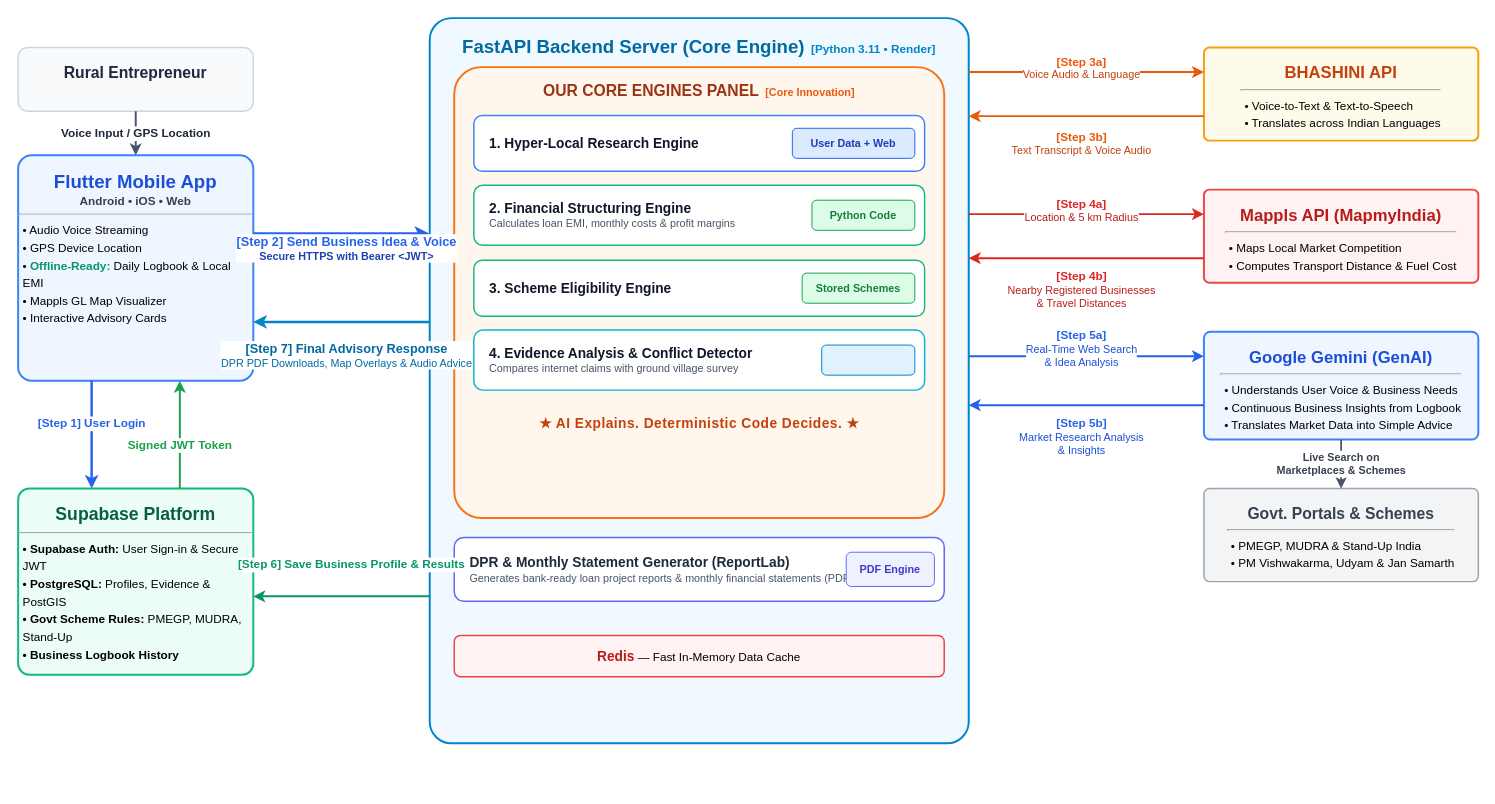
S-H-R-I-A-N-S-H/VYAPAR-MITRA keeps this draw.io diagram as docs/vyapar_mitra_flow.drawio.xml. Above is the earlier version. Source tidied: cells renumbered, new cells numbered last; positions are measured from the earlier drawing's top-left corner, leaving out a move shared by most shapes. Both pictures are drawn from the tidied source at 98%, with x=0, y=0 at pixel (18, 18).
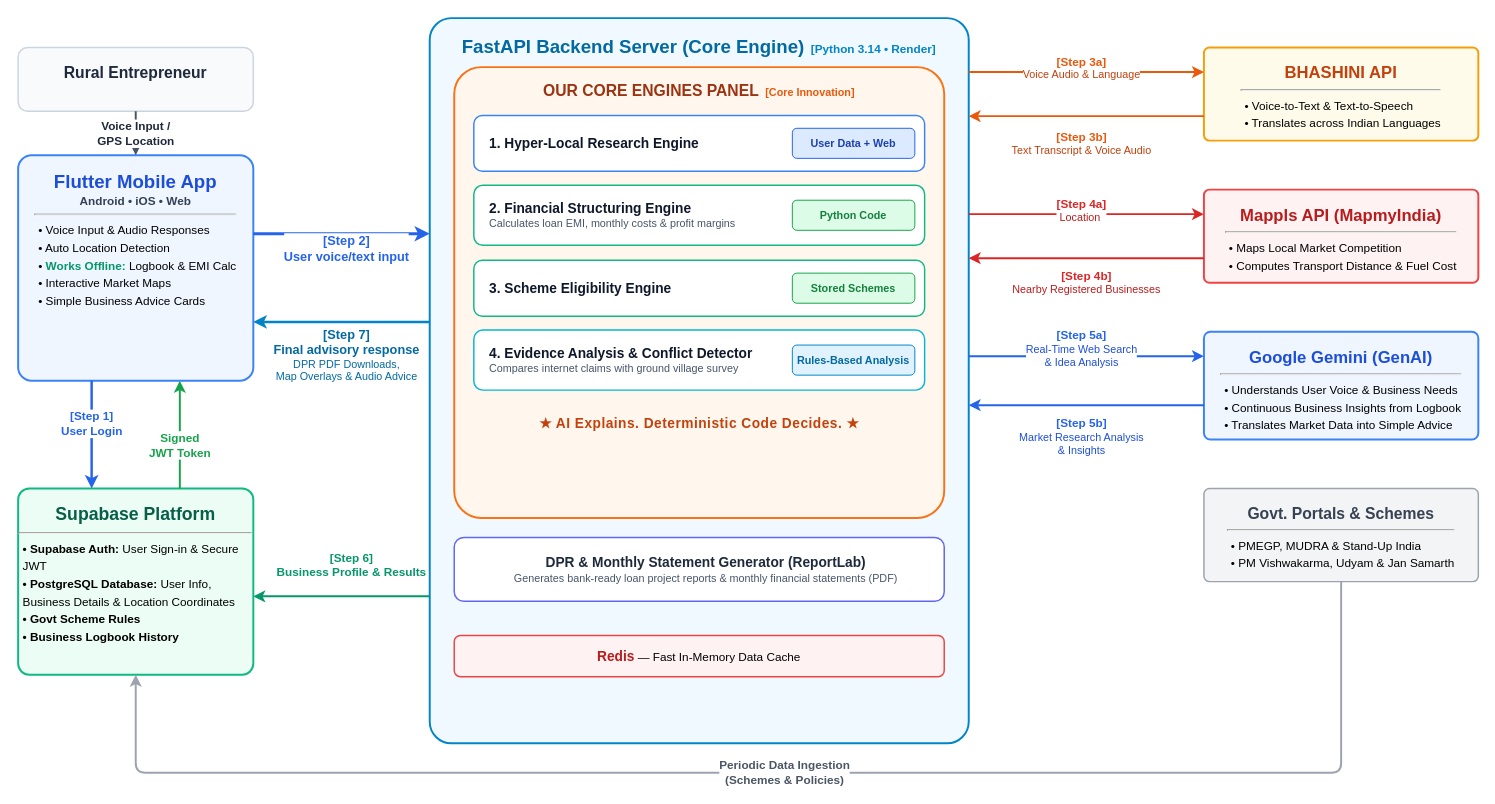
The same page after the edit.

Commit message:
1st complete draft

The change refers to these unchanged cells:
```xml
<mxCell id="2" value="&lt;b style=&quot;font-size: 16px; color: rgb(30, 41, 59);&quot;&gt;Rural Entrepreneur&lt;/b&gt;&lt;div&gt;&lt;br/&gt;&lt;/div&gt;" style="rounded=1;whiteSpace=wrap;html=1;fillColor=#F8FAFC;strokeColor=#CBD5E1;strokeWidth=1.5;align=center;" parent="1" vertex="1">
  <mxGeometry y="30" width="240" height="65" as="geometry" />
</mxCell>
<mxCell id="9" value="&lt;b style=&quot;font-size: 14px; color: rgb(15, 23, 42);&quot;&gt;2. Financial Structuring Engine&lt;/b&gt;&lt;br&gt;&lt;span style=&quot;font-size: 11px; color: rgb(71, 85, 105);&quot;&gt;Calculates loan EMI, monthly costs &amp;amp; profit margins&lt;/span&gt;" style="rounded=1;whiteSpace=wrap;html=1;fillColor=#FFFFFF;strokeColor=#10B981;strokeWidth=1.5;align=left;spacingLeft=14;" parent="6" vertex="1">
  <mxGeometry x="20" y="120.5" width="460" height="61.3" as="geometry" />
</mxCell>
<mxCell id="11" value="&lt;b style=&quot;font-size: 14px; color: rgb(15, 23, 42);&quot;&gt;3. Scheme Eligibility Engine&lt;/b&gt;" style="rounded=1;whiteSpace=wrap;html=1;fillColor=#FFFFFF;strokeColor=#10B981;strokeWidth=1.5;align=left;spacingLeft=14;" parent="6" vertex="1">
  <mxGeometry x="20" y="197.1" width="460" height="57" as="geometry" />
</mxCell>
<mxCell id="13" value="&lt;b style=&quot;font-size: 14px; color: rgb(15, 23, 42);&quot;&gt;4. Evidence Analysis &amp;amp; Conflict Detector&lt;/b&gt;&lt;br&gt;&lt;span style=&quot;font-size: 11px; color: rgb(71, 85, 105);&quot;&gt;Compares internet claims with ground village survey&lt;/span&gt;" style="rounded=1;whiteSpace=wrap;html=1;fillColor=#FFFFFF;strokeColor=#06B6D4;strokeWidth=1.5;align=left;spacingLeft=14;" parent="6" vertex="1">
  <mxGeometry x="20" y="268.3" width="460" height="61.3" as="geometry" />
</mxCell>
<mxCell id="20" value="&lt;b style=&quot;font-size: 17px; color: rgb(185, 28, 28);&quot;&gt;Mappls API (MapmyIndia)&lt;/b&gt;&lt;hr&gt;&lt;div style=&quot;text-align: left; font-size: 12px; line-height: 1.5; padding-left: 4px;&quot;&gt;• Maps Local Market Competition&lt;br&gt;• Computes Transport Distance &amp;amp; Fuel Cost&lt;/div&gt;" style="rounded=1;whiteSpace=wrap;html=1;fillColor=#FEF2F2;strokeColor=#EF4444;strokeWidth=2;verticalAlign=top;spacingTop=10;arcSize=6;" parent="1" vertex="1">
  <mxGeometry x="1210" y="175" width="280" height="95" as="geometry" />
</mxCell>
<mxCell id="21" value="&lt;b style=&quot;font-size: 17px; color: #1D4ED8;&quot;&gt;Google Gemini (GenAI)&lt;/b&gt;&lt;hr&gt;&lt;div style=&quot;text-align: left; font-size: 12px; line-height: 1.5; padding-left: 4px;&quot;&gt;• Understands User Voice &amp;amp; Business Needs&lt;br&gt;• Continuous Business Insights from Logbook&lt;br&gt;• Translates Market Data into Simple Advice&lt;/div&gt;" style="rounded=1;whiteSpace=wrap;html=1;fillColor=#EFF6FF;strokeColor=#3B82F6;strokeWidth=2;verticalAlign=top;spacingTop=10;arcSize=6;" parent="1" vertex="1">
  <mxGeometry x="1210" y="320" width="280" height="110" as="geometry" />
</mxCell>
<mxCell id="22" value="&lt;b style=&quot;font-size: 16px; color: rgb(55, 65, 81);&quot;&gt;Govt. Portals &amp;amp; Schemes&lt;/b&gt;&lt;hr&gt;&lt;div style=&quot;text-align: left; font-size: 12px; line-height: 1.5; padding-left: 4px;&quot;&gt;• PMEGP, MUDRA &amp;amp; Stand-Up India&lt;br&gt;• PM Vishwakarma, Udyam &amp;amp; Jan Samarth&lt;/div&gt;" style="rounded=1;whiteSpace=wrap;html=1;fillColor=#F3F4F6;strokeColor=#9CA3AF;strokeWidth=1.5;verticalAlign=top;spacingTop=10;arcSize=6;" parent="1" vertex="1">
  <mxGeometry x="1210" y="480" width="280" height="95" as="geometry" />
</mxCell>
```

The edit, as a diff of the source:
```diff
@@
-    <mxCell id="3" value="&lt;b style=&quot;font-size: 19px; color: rgb(29, 78, 216);&quot;&gt;Flutter Mobile App&lt;/b&gt;&lt;br&gt;&lt;span style=&quot;font-size: 12px; color: rgb(51, 65, 85); font-weight: 600;&quot;&gt;Android • iOS • Web&lt;/span&gt;&lt;hr&gt;&lt;div style=&quot;text-align: left; font-size: 12px; line-height: 1.5; padding-left: 4px;&quot;&gt;• Audio Voice Streaming&lt;br&gt;• GPS Device Location&lt;br&gt;• &lt;b style=&quot;color: rgb(5, 150, 105);&quot;&gt;Offline-Ready:&lt;/b&gt; Daily Logbook &amp;amp; Local EMI&lt;br&gt;• Mappls GL Map Visualizer&lt;br&gt;• Interactive Advisory Cards&lt;/div&gt;" style="rounded=1;whiteSpace=wrap;html=1;fillColor=#EFF6FF;strokeColor=#3B82F6;strokeWidth=2;verticalAlign=top;spacingTop=10;arcSize=6;" parent="1" vertex="1">
+    <mxCell id="3" value="&lt;b style=&quot;font-size: 19px; color: rgb(29, 78, 216);&quot;&gt;Flutter Mobile App&lt;/b&gt;&lt;br&gt;&lt;span style=&quot;font-size: 12px; color: rgb(51, 65, 85); font-weight: 600;&quot;&gt;Android • iOS • Web&lt;/span&gt;&lt;hr&gt;&lt;div style=&quot;text-align: left; font-size: 12px; line-height: 1.5; padding-left: 4px;&quot;&gt;• Voice Input &amp;amp; Audio Responses&lt;br&gt;• Auto Location Detection&lt;br&gt;• &lt;b style=&quot;color: rgb(5, 150, 105);&quot;&gt;Works Offline:&lt;/b&gt; Logbook &amp;amp; EMI Calc&lt;br&gt;• Interactive Market Maps&lt;br&gt;• Simple Business Advice Cards&lt;/div&gt;" style="rounded=1;whiteSpace=wrap;html=1;fillColor=#EFF6FF;strokeColor=#3B82F6;strokeWidth=2;verticalAlign=top;spacingTop=10;arcSize=6;" parent="1" vertex="1">
       <mxGeometry y="140" width="240" height="230" as="geometry" />
     </mxCell>
-    <mxCell id="4" value="&lt;b style=&quot;font-size: 18px; color: rgb(6, 95, 70);&quot;&gt;Supabase Platform&lt;/b&gt;&lt;hr&gt;&lt;div style=&quot;text-align: left; font-size: 12px; line-height: 1.5; padding-left: 4px;&quot;&gt;&lt;b&gt;• Supabase Auth:&lt;/b&gt; User Sign-in &amp;amp; Secure JWT&lt;br&gt;&lt;b&gt;• PostgreSQL:&lt;/b&gt; Profiles, Evidence &amp;amp; PostGIS&lt;br&gt;&lt;b&gt;• Govt Scheme Rules:&lt;/b&gt; PMEGP, MUDRA, Stand-Up&lt;br&gt;&lt;b&gt;• Business Logbook History&lt;/b&gt;&lt;/div&gt;" style="rounded=1;whiteSpace=wrap;html=1;fillColor=#ECFDF5;strokeColor=#10B981;strokeWidth=2;verticalAlign=top;spacingTop=10;arcSize=6;" parent="1" vertex="1">
+    <mxCell id="4" value="&lt;b style=&quot;font-size: 18px; color: rgb(6, 95, 70);&quot;&gt;Supabase Platform&lt;/b&gt;&lt;hr&gt;&lt;div style=&quot;text-align: left; font-size: 12px; line-height: 1.5; padding-left: 4px;&quot;&gt;&lt;b&gt;• Supabase Auth:&lt;/b&gt; User Sign-in &amp;amp; Secure JWT&lt;br&gt;&lt;b&gt;• PostgreSQL Database:&lt;/b&gt; User Info, Business Details &amp;amp; Location Coordinates&lt;br&gt;&lt;b&gt;• Govt Scheme Rules&lt;/b&gt;&lt;br&gt;&lt;b&gt;• Business Logbook History&lt;/b&gt;&lt;/div&gt;" style="rounded=1;whiteSpace=wrap;html=1;fillColor=#ECFDF5;strokeColor=#10B981;strokeWidth=2;verticalAlign=top;spacingTop=10;arcSize=6;" parent="1" vertex="1">
       <mxGeometry y="480" width="240" height="190" as="geometry" />
     </mxCell>
-    <mxCell id="5" value="&lt;b style=&quot;font-size: 19px; color: rgb(3, 105, 161);&quot;&gt;FastAPI Backend Server (Core Engine)&lt;/b&gt;&amp;nbsp;&amp;nbsp;&lt;span style=&quot;font-size: 12px; color: #0284C7; font-weight: bold;&quot;&gt;[Python 3.11 • Render]&lt;/span&gt;" style="rounded=1;whiteSpace=wrap;html=1;fillColor=#F0F9FF;strokeColor=#0284C7;strokeWidth=2;verticalAlign=top;spacingTop=12;arcSize=4;" parent="1" vertex="1">
+    <mxCell id="5" value="&lt;b style=&quot;font-size: 19px; color: rgb(3, 105, 161);&quot;&gt;FastAPI Backend Server (Core Engine)&lt;/b&gt;&amp;nbsp;&amp;nbsp;&lt;span style=&quot;font-size: 12px; color: #0284C7; font-weight: bold;&quot;&gt;[Python 3.14 • Render]&lt;/span&gt;" style="rounded=1;whiteSpace=wrap;html=1;fillColor=#F0F9FF;strokeColor=#0284C7;strokeWidth=2;verticalAlign=top;spacingTop=12;arcSize=4;" parent="1" vertex="1">
       <mxGeometry x="420" width="550" height="740" as="geometry" />
     </mxCell>
@@
     <mxCell id="10" value="Python Code" style="rounded=1;whiteSpace=wrap;html=1;fillColor=#DCFCE7;strokeColor=#16A34A;fontSize=11;fontStyle=1;fontColor=#15803D;" parent="9" vertex="1">
-      <mxGeometry x="345" y="15.3" width="105" height="30.7" as="geometry" />
+      <mxGeometry x="325" y="15.3" width="125" height="30.7" as="geometry" />
     </mxCell>
@@
     <mxCell id="12" value="Stored Schemes" style="rounded=1;whiteSpace=wrap;html=1;fillColor=#DCFCE7;strokeColor=#16A34A;fontSize=11;fontStyle=1;fontColor=#15803D;" parent="11" vertex="1">
-      <mxGeometry x="335" y="13.1" width="115" height="30.7" as="geometry" />
+      <mxGeometry x="325" y="13.1" width="125" height="30.7" as="geometry" />
     </mxCell>
@@
-    <mxCell id="14" style="rounded=1;whiteSpace=wrap;html=1;fillColor=#E0F2FE;strokeColor=#0284C7;fontSize=11;fontStyle=1;fontColor=#0369A1;" parent="13" vertex="1">
-      <mxGeometry x="355" y="15.3" width="95" height="30.7" as="geometry" />
+    <mxCell id="14" value="Rules-Based Analysis" style="rounded=1;whiteSpace=wrap;html=1;fillColor=#E0F2FE;strokeColor=#0284C7;fontSize=11;fontStyle=1;fontColor=#0369A1;" parent="13" vertex="1">
+      <mxGeometry x="325" y="15.3" width="125" height="30.7" as="geometry" />
     </mxCell>
@@
-    <mxCell id="16" value="&lt;b style=&quot;font-size: 14px; color: #1E293B;&quot;&gt;DPR &amp;amp; Monthly Statement Generator (ReportLab)&lt;/b&gt;&lt;br&gt;&lt;span style=&quot;font-size: 11px; color: #475569;&quot;&gt;Generates bank-ready loan project reports &amp;amp; monthly financial statements (PDF)&lt;/span&gt;" style="rounded=1;whiteSpace=wrap;html=1;fillColor=#FFFFFF;strokeColor=#6366F1;strokeWidth=1.5;align=left;spacingLeft=14;" parent="5" vertex="1">
+    <mxCell id="16" value="&lt;b style=&quot;font-size: 14px; color: rgb(30, 41, 59);&quot;&gt;DPR &amp;amp; Monthly Statement Generator (ReportLab)&lt;/b&gt;&lt;br&gt;&lt;span style=&quot;font-size: 11px; color: rgb(71, 85, 105);&quot;&gt;Generates bank-ready loan project reports &amp;amp; monthly financial statements (PDF)&lt;/span&gt;" style="rounded=1;whiteSpace=wrap;html=1;fillColor=#FFFFFF;strokeColor=#6366F1;strokeWidth=1.5;align=center;spacingLeft=14;" parent="5" vertex="1">
       <mxGeometry x="25" y="530" width="500" height="65" as="geometry" />
     </mxCell>
-    <mxCell id="17" value="PDF Engine" style="rounded=1;whiteSpace=wrap;html=1;fillColor=#EEF2FF;strokeColor=#6366F1;fontSize=11;fontStyle=1;fontColor=#4338CA;" parent="16" vertex="1">
-      <mxGeometry x="400" y="15" width="90" height="35" as="geometry" />
-    </mxCell>
@@
-    <mxCell id="23" value="&lt;b style=&quot;font-size: 12px;&quot;&gt;Voice Input / GPS Location&lt;/b&gt;" style="edgeStyle=orthogonalEdgeStyle;rounded=0;jettySize=auto;html=1;strokeWidth=2;strokeColor=#475569;fontColor=#1E293B;" parent="1" edge="1" source="2" target="3">
+    <mxCell id="23" value="&lt;b style=&quot;font-size: 12px;&quot;&gt;Voice Input /&lt;br&gt;GPS Location&lt;/b&gt;" style="edgeStyle=orthogonalEdgeStyle;rounded=0;jettySize=auto;html=1;strokeWidth=2;strokeColor=#475569;fontColor=#1E293B;" parent="1" edge="1" source="2" target="3">
       <mxGeometry relative="1" as="geometry" />
     </mxCell>
-    <mxCell id="24" value="&lt;b style=&quot;color: rgb(37, 99, 235); font-size: 12px;&quot;&gt;[Step 1] User Login&lt;/b&gt;" style="edgeStyle=orthogonalEdgeStyle;rounded=1;jettySize=auto;html=1;strokeWidth=2.5;strokeColor=#2563EB;fontColor=#1E40AF;" parent="1" edge="1" source="3" target="4">
+    <mxCell id="24" value="&lt;b style=&quot;color: rgb(37, 99, 235); font-size: 12px;&quot;&gt;[Step 1]&lt;br&gt;User Login&lt;/b&gt;" style="edgeStyle=orthogonalEdgeStyle;rounded=1;jettySize=auto;html=1;strokeWidth=2.5;strokeColor=#2563EB;fontColor=#1E40AF;" parent="1" edge="1" source="3" target="4">
       <mxGeometry x="-0.2" relative="1" as="geometry">
         <Array as="points">
           <mxPoint x="75" y="420" />
           <mxPoint x="75" y="420" />
         </Array>
       </mxGeometry>
     </mxCell>
-    <mxCell id="25" value="&lt;b style=&quot;color: rgb(22, 163, 74); font-size: 12px;&quot;&gt;Signed JWT Token&lt;/b&gt;" style="edgeStyle=orthogonalEdgeStyle;rounded=1;jettySize=auto;html=1;strokeWidth=2;strokeColor=#16A34A;strokeDasharray=4 4;fontColor=#15803D;" parent="1" edge="1" source="4" target="3">
+    <mxCell id="25" value="&lt;b style=&quot;color: rgb(22, 163, 74); font-size: 12px;&quot;&gt;Signed&lt;br&gt;JWT Token&lt;/b&gt;" style="edgeStyle=orthogonalEdgeStyle;rounded=1;jettySize=auto;html=1;strokeWidth=2;strokeColor=#16A34A;strokeDasharray=4 4;fontColor=#15803D;" parent="1" edge="1" source="4" target="3">
       <mxGeometry x="-0.2" relative="1" as="geometry">
         <Array as="points">
           <mxPoint x="165" y="430" />
           <mxPoint x="165" y="430" />
         </Array>
       </mxGeometry>
     </mxCell>
-    <mxCell id="26" value="&lt;b style=&quot;color: rgb(37, 99, 235); font-size: 13px;&quot;&gt;[Step 2] Send Business Idea &amp;amp; Voice&lt;/b&gt;&lt;br&gt;&lt;b style=&quot;color: rgb(30, 64, 175); font-size: 11px;&quot;&gt;Secure HTTPS with Bearer &amp;lt;JWT&amp;gt;&lt;/b&gt;" style="edgeStyle=orthogonalEdgeStyle;rounded=1;jettySize=auto;html=1;strokeWidth=3;strokeColor=#2563EB;fontColor=#1E40AF;" parent="1" edge="1" source="3" target="5">
+    <mxCell id="26" value="&lt;b style=&quot;color: rgb(37, 99, 235); font-size: 13px;&quot;&gt;[Step 2]&lt;br&gt;User voice/text input&lt;/b&gt;" style="edgeStyle=orthogonalEdgeStyle;rounded=1;jettySize=auto;html=1;strokeWidth=3;strokeColor=#2563EB;fontColor=#1E40AF;" parent="1" edge="1" source="3" target="5">
       <mxGeometry y="-18" relative="1" as="geometry">
         <Array as="points">
           <mxPoint x="330" y="220" />
           <mxPoint x="330" y="220" />
         </Array>
         <mxPoint x="5" y="-3" as="offset" />
       </mxGeometry>
     </mxCell>
@@
-    <mxCell id="29" value="&lt;b style=&quot;color: rgb(220, 38, 38); font-size: 12px;&quot;&gt;[Step 4a]&lt;/b&gt;&lt;br&gt;Location &amp;amp; 5 km Radius" style="edgeStyle=orthogonalEdgeStyle;rounded=1;jettySize=auto;html=1;strokeWidth=2;strokeColor=#DC2626;fontColor=#B91C1C;" parent="1" edge="1" source="5" target="20">
+    <mxCell id="29" value="&lt;b style=&quot;color: rgb(220, 38, 38); font-size: 12px;&quot;&gt;[Step 4a]&lt;/b&gt;&lt;br&gt;Location&amp;nbsp;" style="edgeStyle=orthogonalEdgeStyle;rounded=1;jettySize=auto;html=1;strokeWidth=2;strokeColor=#DC2626;fontColor=#B91C1C;" parent="1" edge="1" source="5" target="20">
       <mxGeometry y="-12" relative="1" as="geometry">
         <Array as="points">
           <mxPoint x="1080" y="200" />
           <mxPoint x="1080" y="200" />
         </Array>
         <mxPoint x="-5" y="-16" as="offset" />
       </mxGeometry>
     </mxCell>
-    <mxCell id="30" value="&lt;b style=&quot;color: rgb(220, 38, 38); font-size: 12px;&quot;&gt;[Step 4b]&lt;/b&gt;&lt;br&gt;Nearby Registered Businesses&lt;br&gt;&amp;amp; Travel Distances" style="edgeStyle=orthogonalEdgeStyle;rounded=1;jettySize=auto;html=1;strokeWidth=2;strokeColor=#DC2626;strokeDasharray=5 3;fontColor=#B91C1C;" parent="1" edge="1" source="20" target="5">
-      <mxGeometry y="12" relative="1" as="geometry">
+    <mxCell id="30" value="&lt;b style=&quot;color: rgb(220, 38, 38); font-size: 12px;&quot;&gt;[Step 4b]&lt;/b&gt;&lt;br&gt;Nearby Registered Businesses" style="edgeStyle=orthogonalEdgeStyle;rounded=1;jettySize=auto;html=1;strokeWidth=2;strokeColor=#DC2626;strokeDasharray=5 3;fontColor=#B91C1C;" parent="1" edge="1" source="20" target="5">
+      <mxGeometry y="25" relative="1" as="geometry">
         <Array as="points">
           <mxPoint x="1080" y="245" />
           <mxPoint x="1080" y="245" />
         </Array>
-        <mxPoint x="-5" y="20" as="offset" />
       </mxGeometry>
     </mxCell>
@@
-    <mxCell id="32" value="&lt;b style=&quot;font-size: 11px;&quot;&gt;Live Search on&lt;br&gt;Marketplaces &amp;amp; Schemes&lt;/b&gt;" style="edgeStyle=orthogonalEdgeStyle;rounded=1;jettySize=auto;html=1;strokeWidth=1.8;strokeColor=#4B5563;fontColor=#374151;" parent="1" edge="1" source="21" target="22">
-      <mxGeometry relative="1" as="geometry" />
-    </mxCell>
+    <mxCell id="36" value="&lt;b style=&quot;color: rgb(75, 85, 99); font-size: 12px;&quot;&gt;Periodic Data Ingestion&lt;br&gt;(Schemes &amp;amp; Policies)&lt;/b&gt;" style="edgeStyle=orthogonalEdgeStyle;rounded=1;jettySize=auto;html=1;strokeWidth=2;strokeColor=#9CA3AF;strokeDasharray=5 3;fontColor=#4B5563;exitX=0.5;exitY=1;exitDx=0;exitDy=0;entryX=0.5;entryY=1;entryDx=0;entryDy=0;" parent="1" edge="1" source="22" target="4">
+      <mxGeometry relative="1" as="geometry">
+        <Array as="points">
+          <mxPoint x="1350" y="770" />
+          <mxPoint x="120" y="770" />
+        </Array>
+      </mxGeometry>
+    </mxCell>
@@
-    <mxCell id="34" value="&lt;b style=&quot;color: rgb(5, 150, 105); font-size: 12px;&quot;&gt;[Step 6] Save Business Profile &amp;amp; Results&lt;/b&gt;" style="edgeStyle=orthogonalEdgeStyle;rounded=1;jettySize=auto;html=1;strokeWidth=2;strokeColor=#059669;fontColor=#047857;" parent="1" edge="1" source="5" target="4">
+    <mxCell id="34" value="&lt;b style=&quot;color: rgb(5, 150, 105); font-size: 12px;&quot;&gt;[Step 6]&lt;br&gt;Business Profile &amp;amp; Results&lt;/b&gt;" style="edgeStyle=orthogonalEdgeStyle;rounded=1;jettySize=auto;html=1;strokeWidth=2;strokeColor=#059669;fontColor=#047857;" parent="1" edge="1" source="5" target="4">
       <mxGeometry y="-20" relative="1" as="geometry">
         <Array as="points">
           <mxPoint x="320" y="590" />
           <mxPoint x="320" y="590" />
         </Array>
         <mxPoint x="10" y="-12" as="offset" />
       </mxGeometry>
     </mxCell>
-    <mxCell id="35" value="&lt;b style=&quot;color: rgb(3, 105, 161); font-size: 13px;&quot;&gt;[Step 7] Final Advisory Response&lt;/b&gt;&lt;br&gt;&lt;span style=&quot;font-size: 11px;&quot;&gt;DPR PDF Downloads, Map Overlays &amp;amp; Audio Advice&lt;/span&gt;" style="edgeStyle=orthogonalEdgeStyle;rounded=1;jettySize=auto;html=1;strokeWidth=2.5;strokeColor=#0284C7;strokeDasharray=6 3;fontColor=#0369A1;" parent="1" edge="1" source="5" target="3">
+    <mxCell id="35" value="&lt;b style=&quot;color: rgb(3, 105, 161); font-size: 13px;&quot;&gt;[Step 7]&lt;br&gt;Final advisory response&lt;/b&gt;&lt;br&gt;&lt;span style=&quot;font-size: 11px;&quot;&gt;DPR PDF Downloads,&lt;br&gt;Map Overlays &amp;amp; Audio Advice&lt;/span&gt;" style="edgeStyle=orthogonalEdgeStyle;rounded=1;jettySize=auto;html=1;strokeWidth=2.5;strokeColor=#0284C7;strokeDasharray=6 3;fontColor=#0369A1;" parent="1" edge="1" source="5" target="3">
       <mxGeometry y="18" relative="1" as="geometry">
         <Array as="points">
           <mxPoint x="330" y="310" />
           <mxPoint x="330" y="310" />
         </Array>
         <mxPoint x="5" y="16" as="offset" />
       </mxGeometry>
     </mxCell>
```
